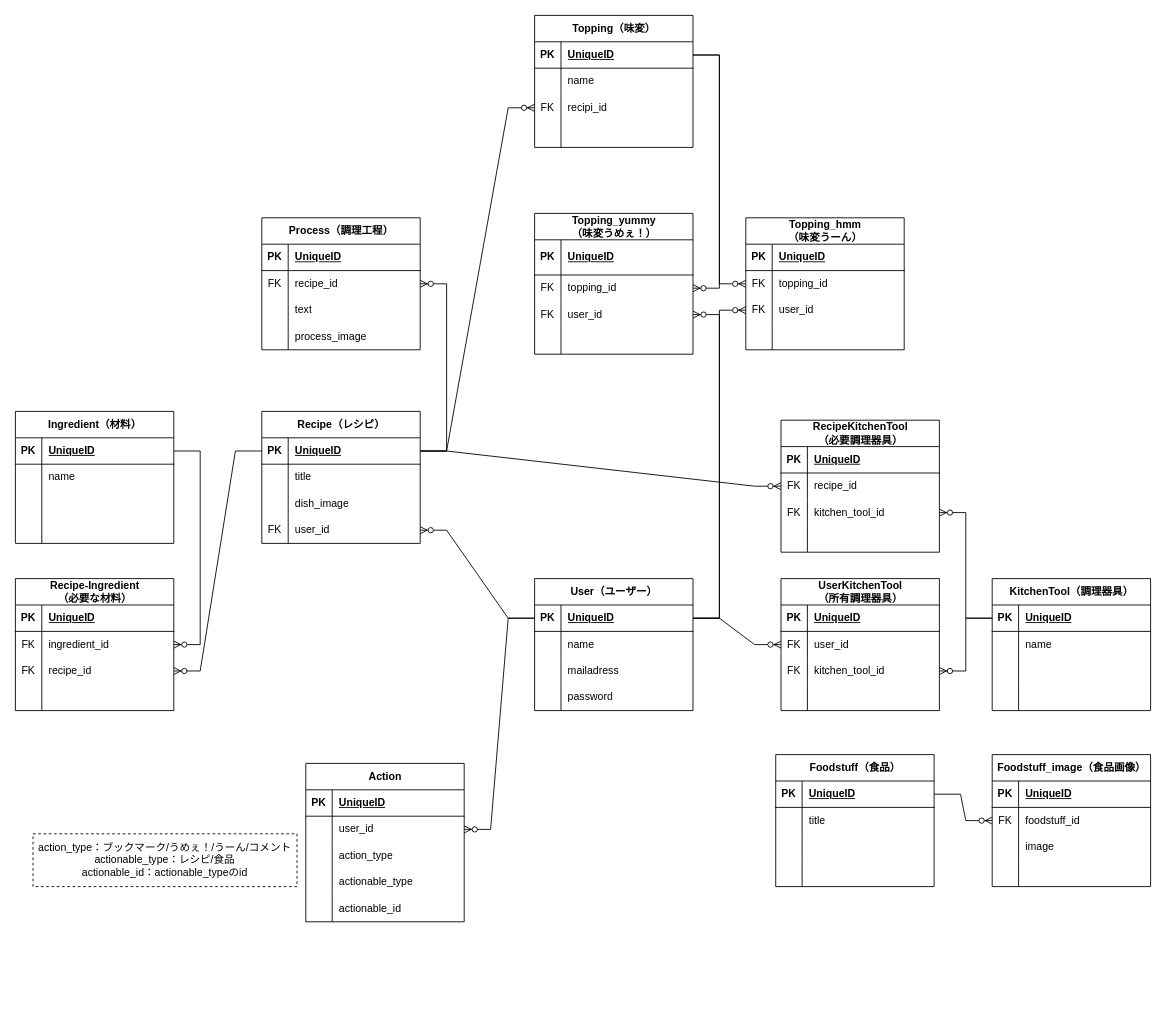
Before: E.R.Diagram_primorphic.drawio in ankoro-mochi24/portfolio, a draw.io diagram. Source tidied: cells renumbered, new cells numbered last; positions are measured from the earlier drawing's top-left corner, leaving out a move shared by most shapes. Both pictures are drawn from the tidied source at 88%, with x=0, y=0 at pixel (15, -113).
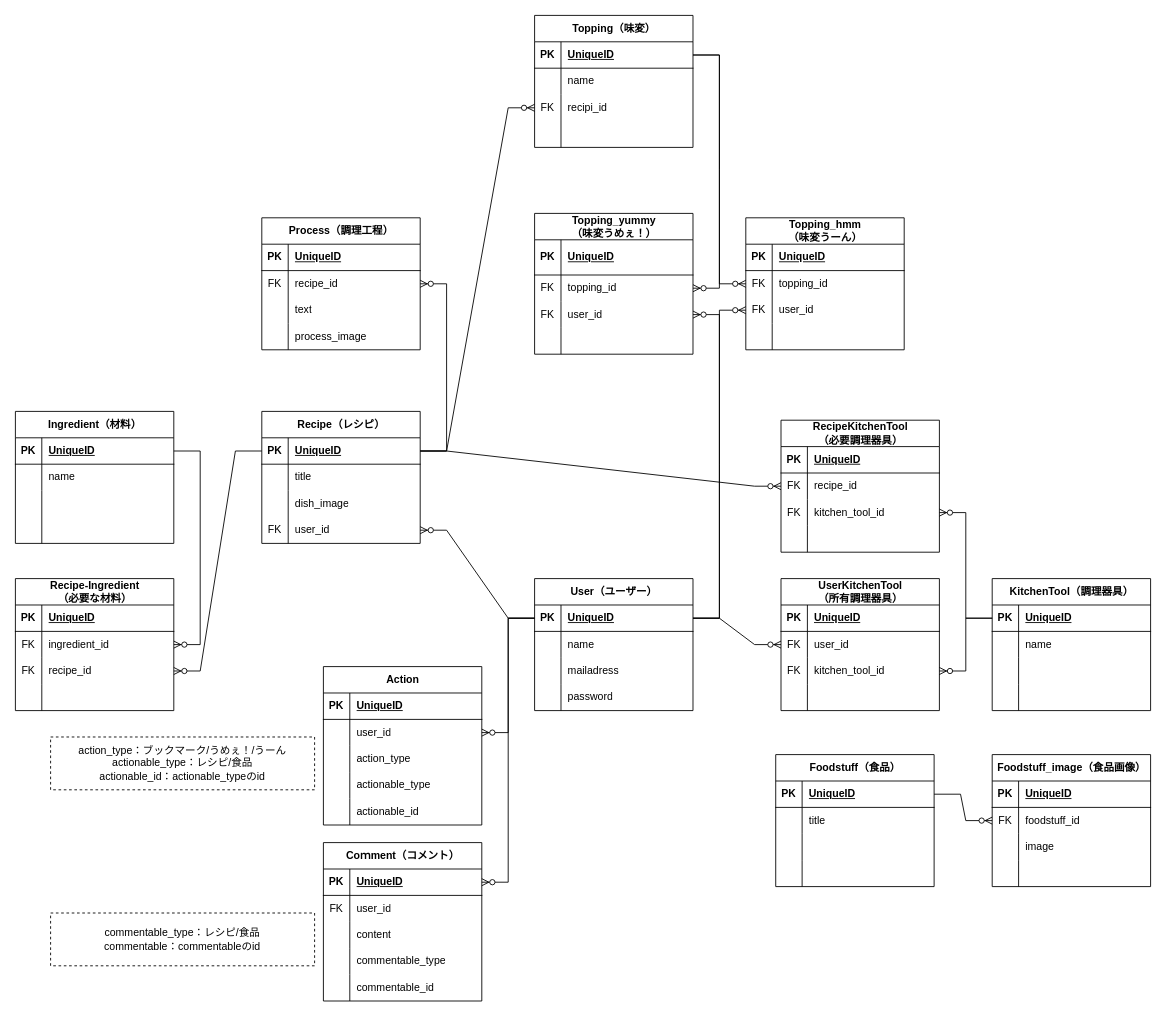
After the change.

Commit message:
ER図-ActionテーブルからCommentテーブルを分離

The change refers to these unchanged cells:
```xml
<mxCell id="3" style="shape=tableRow;horizontal=0;startSize=0;swimlaneHead=0;swimlaneBody=0;fillColor=none;points=[[0,0.5],[1,0.5]];portConstraint=eastwest;top=0;left=0;right=0;bottom=1;" parent="2" vertex="1">
  <mxGeometry y="30" width="180" height="30" as="geometry" />
</mxCell>
```

The edit, as a diff of the source:
```diff
@@
     <mxCell id="171" style="group;" parent="1" vertex="1">
-      <mxGeometry x="20" y="995" width="490" height="180" as="geometry" />
+      <mxGeometry x="40" y="885" width="490" height="180" as="geometry" />
     </mxCell>
@@
-    <mxCell id="188" value="&lt;span style=&quot;text-align: left;&quot;&gt;action_type：ブックマーク/うめぇ！/うーん/コメント&lt;br&gt;&lt;/span&gt;&lt;span style=&quot;text-align: left;&quot;&gt;actionable_type：レシピ/食品&lt;br&gt;&lt;/span&gt;&lt;span style=&quot;text-align: left;&quot;&gt;actionable_id：&lt;/span&gt;&lt;span style=&quot;text-align: left;&quot;&gt;actionable_typeのid&lt;/span&gt;" style="rounded=0;whiteSpace=wrap;html=1;dashed=1;" parent="171" vertex="1">
+    <mxCell id="188" value="&lt;span style=&quot;text-align: left;&quot;&gt;action_type：ブックマーク/うめぇ！/うーん&lt;br&gt;&lt;/span&gt;&lt;span style=&quot;text-align: left;&quot;&gt;actionable_type：レシピ/食品&lt;br&gt;&lt;/span&gt;&lt;span style=&quot;text-align: left;&quot;&gt;actionable_id：&lt;/span&gt;&lt;span style=&quot;text-align: left;&quot;&gt;actionable_typeのid&lt;/span&gt;" style="rounded=0;whiteSpace=wrap;html=1;dashed=1;" parent="171" vertex="1">
       <mxGeometry y="80" width="300" height="60" as="geometry" />
     </mxCell>
@@
+    <mxCell id="204" style="group;" parent="1" vertex="1">
+      <mxGeometry x="40" y="1085" width="490" height="180" as="geometry" />
+    </mxCell>
+    <mxCell id="205" value="Coｍment（コメント）" style="shape=table;startSize=30;childLayout=tableLayout;rowLines=0;fontStyle=1;align=center;html=1;" parent="204" vertex="1">
+      <mxGeometry x="310" width="180" height="180" as="geometry" />
+    </mxCell>
+    <mxCell id="206" style="shape=tableRow;horizontal=0;startSize=0;swimlaneHead=0;swimlaneBody=0;fillColor=none;points=[[0,0.5],[1,0.5]];portConstraint=eastwest;top=0;left=0;right=0;bottom=1;" parent="205" vertex="1">
+      <mxGeometry y="30" width="180" height="30" as="geometry" />
+    </mxCell>
+    <mxCell id="207" value="PK" style="shape=partialRectangle;fillColor=none;top=0;left=0;bottom=0;right=0;fontStyle=1;overflow=hidden;whiteSpace=wrap;html=1;" parent="206" vertex="1">
+      <mxGeometry width="30" height="30" as="geometry" />
+    </mxCell>
+    <mxCell id="208" value="UniqueID" style="shape=partialRectangle;fillColor=none;top=0;left=0;bottom=0;right=0;align=left;spacingLeft=6;fontStyle=5;overflow=hidden;whiteSpace=wrap;html=1;" parent="206" vertex="1">
+      <mxGeometry x="30" width="150" height="30" as="geometry" />
+    </mxCell>
+    <mxCell id="209" style="shape=tableRow;horizontal=0;startSize=0;swimlaneHead=0;swimlaneBody=0;fillColor=none;top=0;left=0;right=0;bottom=0;" parent="205" vertex="1">
+      <mxGeometry y="60" width="180" height="30" as="geometry" />
+    </mxCell>
+    <mxCell id="210" value="FK" style="shape=partialRectangle;fillColor=none;top=0;left=0;bottom=0;right=0;overflow=hidden;whiteSpace=wrap;html=1;" parent="209" vertex="1">
+      <mxGeometry width="30" height="30" as="geometry" />
+    </mxCell>
+    <mxCell id="211" value="user_id" style="shape=partialRectangle;fillColor=none;top=0;left=0;bottom=0;right=0;align=left;spacingLeft=6;overflow=hidden;whiteSpace=wrap;html=1;" parent="209" vertex="1">
+      <mxGeometry x="30" width="150" height="30" as="geometry" />
+    </mxCell>
+    <mxCell id="212" style="shape=tableRow;horizontal=0;startSize=0;swimlaneHead=0;swimlaneBody=0;fillColor=none;top=0;left=0;right=0;bottom=0;" parent="205" vertex="1">
+      <mxGeometry y="90" width="180" height="30" as="geometry" />
+    </mxCell>
+    <mxCell id="213" style="shape=partialRectangle;fillColor=none;top=0;left=0;bottom=0;right=0;overflow=hidden;whiteSpace=wrap;html=1;" parent="212" vertex="1">
+      <mxGeometry width="30" height="30" as="geometry" />
+    </mxCell>
+    <mxCell id="214" value="content" style="shape=partialRectangle;fillColor=none;top=0;left=0;bottom=0;right=0;align=left;spacingLeft=6;overflow=hidden;whiteSpace=wrap;html=1;" parent="212" vertex="1">
+      <mxGeometry x="30" width="150" height="30" as="geometry" />
+    </mxCell>
+    <mxCell id="215" style="shape=tableRow;horizontal=0;startSize=0;swimlaneHead=0;swimlaneBody=0;fillColor=none;top=0;left=0;right=0;bottom=0;" parent="205" vertex="1">
+      <mxGeometry y="120" width="180" height="30" as="geometry" />
+    </mxCell>
+    <mxCell id="216" style="shape=partialRectangle;fillColor=none;top=0;left=0;bottom=0;right=0;overflow=hidden;whiteSpace=wrap;html=1;" parent="215" vertex="1">
+      <mxGeometry width="30" height="30" as="geometry" />
+    </mxCell>
+    <mxCell id="217" value="commentable_type " style="shape=partialRectangle;fillColor=none;top=0;left=0;bottom=0;right=0;align=left;spacingLeft=6;overflow=hidden;whiteSpace=wrap;html=1;" parent="215" vertex="1">
+      <mxGeometry x="30" width="150" height="30" as="geometry" />
+    </mxCell>
+    <mxCell id="218" style="shape=tableRow;horizontal=0;startSize=0;swimlaneHead=0;swimlaneBody=0;fillColor=none;top=0;left=0;right=0;bottom=0;" parent="205" vertex="1">
+      <mxGeometry y="150" width="180" height="30" as="geometry" />
+    </mxCell>
+    <mxCell id="219" style="shape=partialRectangle;fillColor=none;top=0;left=0;bottom=0;right=0;overflow=hidden;whiteSpace=wrap;html=1;" parent="218" vertex="1">
+      <mxGeometry width="30" height="30" as="geometry" />
+    </mxCell>
+    <mxCell id="220" value="commentable_id " style="shape=partialRectangle;fillColor=none;top=0;left=0;bottom=0;right=0;align=left;spacingLeft=6;overflow=hidden;whiteSpace=wrap;html=1;" parent="218" vertex="1">
+      <mxGeometry x="30" width="150" height="30" as="geometry" />
+    </mxCell>
+    <mxCell id="221" value="&lt;span style=&quot;text-align: left;&quot;&gt;commentable_type：レシピ/食品&lt;br&gt;&lt;/span&gt;&lt;span style=&quot;text-align: left;&quot;&gt;commentable&lt;/span&gt;&lt;span style=&quot;text-align: left;&quot;&gt;：&lt;/span&gt;&lt;span style=&quot;text-align: left;&quot;&gt;commentable&lt;/span&gt;&lt;span style=&quot;text-align: left;&quot;&gt;のid&lt;/span&gt;" style="rounded=0;whiteSpace=wrap;html=1;dashed=1;" parent="204" vertex="1">
+      <mxGeometry y="80" width="300" height="60" as="geometry" />
+    </mxCell>
+    <mxCell id="222" style="edgeStyle=entityRelationEdgeStyle;fontSize=12;html=1;endArrow=ERzeroToMany;endFill=1;rounded=0;" parent="1" edge="1" source="3" target="206">
+      <mxGeometry relative="1" as="geometry" />
+    </mxCell>
```
